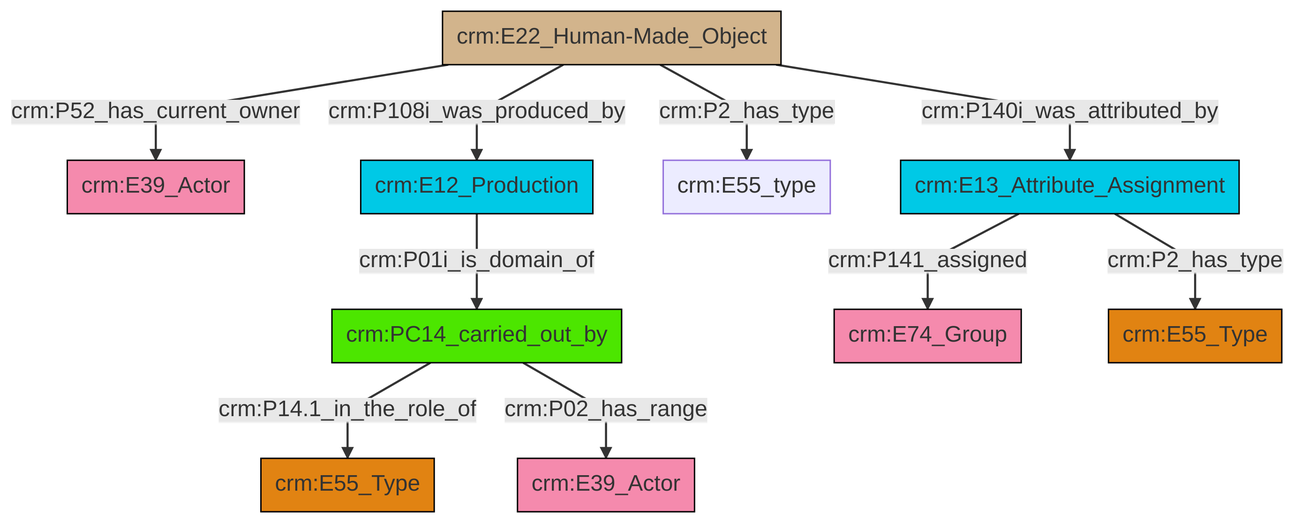
Earlier version of the Mermaid export et/builtWorkCSV/ttl/mmd/png/Built_Work_actor_relations.png (swiss-art-research-net/docs.swissartresearch). Its source is kept beside it as et/builtWorkCSV/ttl/mmd/Built_Work_actor_relations.ttl.mmd.
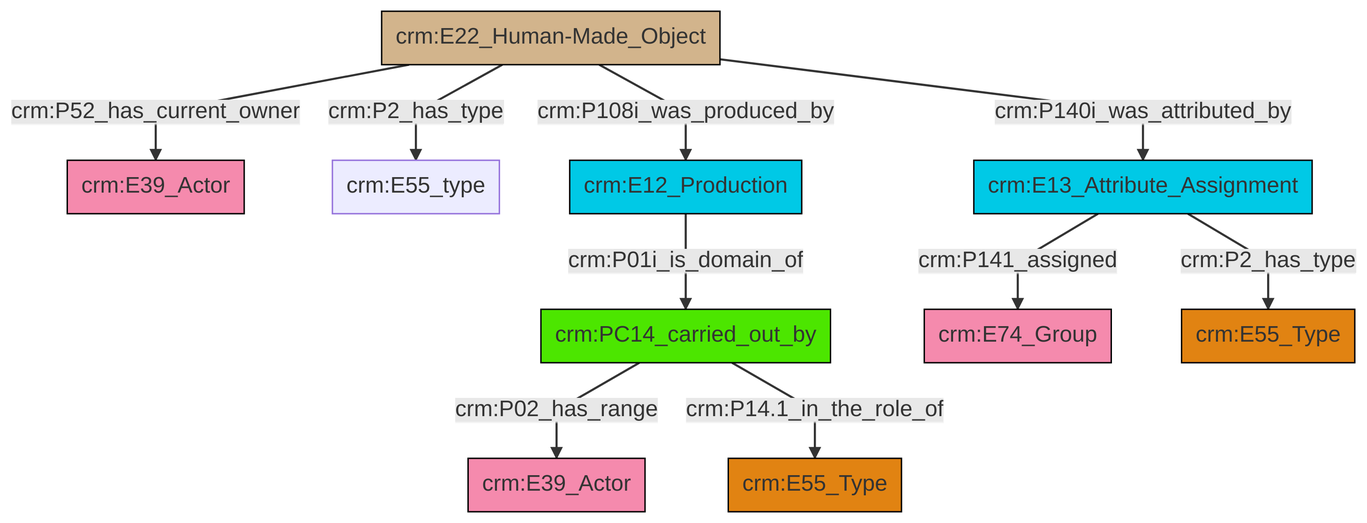
Later version of the same file.

Change to the diagram source:
```diff
@@ -14,11 +14,11 @@
 classDef Multi fill:#cccccc,stroke:#000000;
 
 0["crm:E22_Human-Made_Object"]:::Physical_Thing -->|crm:P52_has_current_owner| 1["crm:E39_Actor"]:::Actor
-0["crm:E22_Human-Made_Object"]:::Physical_Thing -->|crm:P108i_was_produced_by| 4["crm:E12_Production"]:::Temporal_Entity
-0["crm:E22_Human-Made_Object"]:::Physical_Thing -->|crm:P2_has_type| 7["crm:E55_type"]:::Default
-8["crm:PC14_carried_out_by"]:::PC_Classes -->|crm:P14.1_in_the_role_of| 5["crm:E55_Type"]:::Type
-4["crm:E12_Production"]:::Temporal_Entity -->|crm:P01i_is_domain_of| 8["crm:PC14_carried_out_by"]:::PC_Classes
-11["crm:E13_Attribute_Assignment"]:::Temporal_Entity -->|crm:P141_assigned| 12["crm:E74_Group"]:::Actor
-11["crm:E13_Attribute_Assignment"]:::Temporal_Entity -->|crm:P2_has_type| 2["crm:E55_Type"]:::Type
-0["crm:E22_Human-Made_Object"]:::Physical_Thing -->|crm:P140i_was_attributed_by| 11["crm:E13_Attribute_Assignment"]:::Temporal_Entity
-8["crm:PC14_carried_out_by"]:::PC_Classes -->|crm:P02_has_range| 13["crm:E39_Actor"]:::Actor
+4["crm:PC14_carried_out_by"]:::PC_Classes -->|crm:P02_has_range| 5["crm:E39_Actor"]:::Actor
+7["crm:E13_Attribute_Assignment"]:::Temporal_Entity -->|crm:P141_assigned| 8["crm:E74_Group"]:::Actor
+0["crm:E22_Human-Made_Object"]:::Physical_Thing -->|crm:P2_has_type| 2["crm:E55_type"]:::Default
+0["crm:E22_Human-Made_Object"]:::Physical_Thing -->|crm:P140i_was_attributed_by| 7["crm:E13_Attribute_Assignment"]:::Temporal_Entity
+0["crm:E22_Human-Made_Object"]:::Physical_Thing -->|crm:P108i_was_produced_by| 14["crm:E12_Production"]:::Temporal_Entity
+7["crm:E13_Attribute_Assignment"]:::Temporal_Entity -->|crm:P2_has_type| 9["crm:E55_Type"]:::Type
+14["crm:E12_Production"]:::Temporal_Entity -->|crm:P01i_is_domain_of| 4["crm:PC14_carried_out_by"]:::PC_Classes
+4["crm:PC14_carried_out_by"]:::PC_Classes -->|crm:P14.1_in_the_role_of| 12["crm:E55_Type"]:::Type
```
